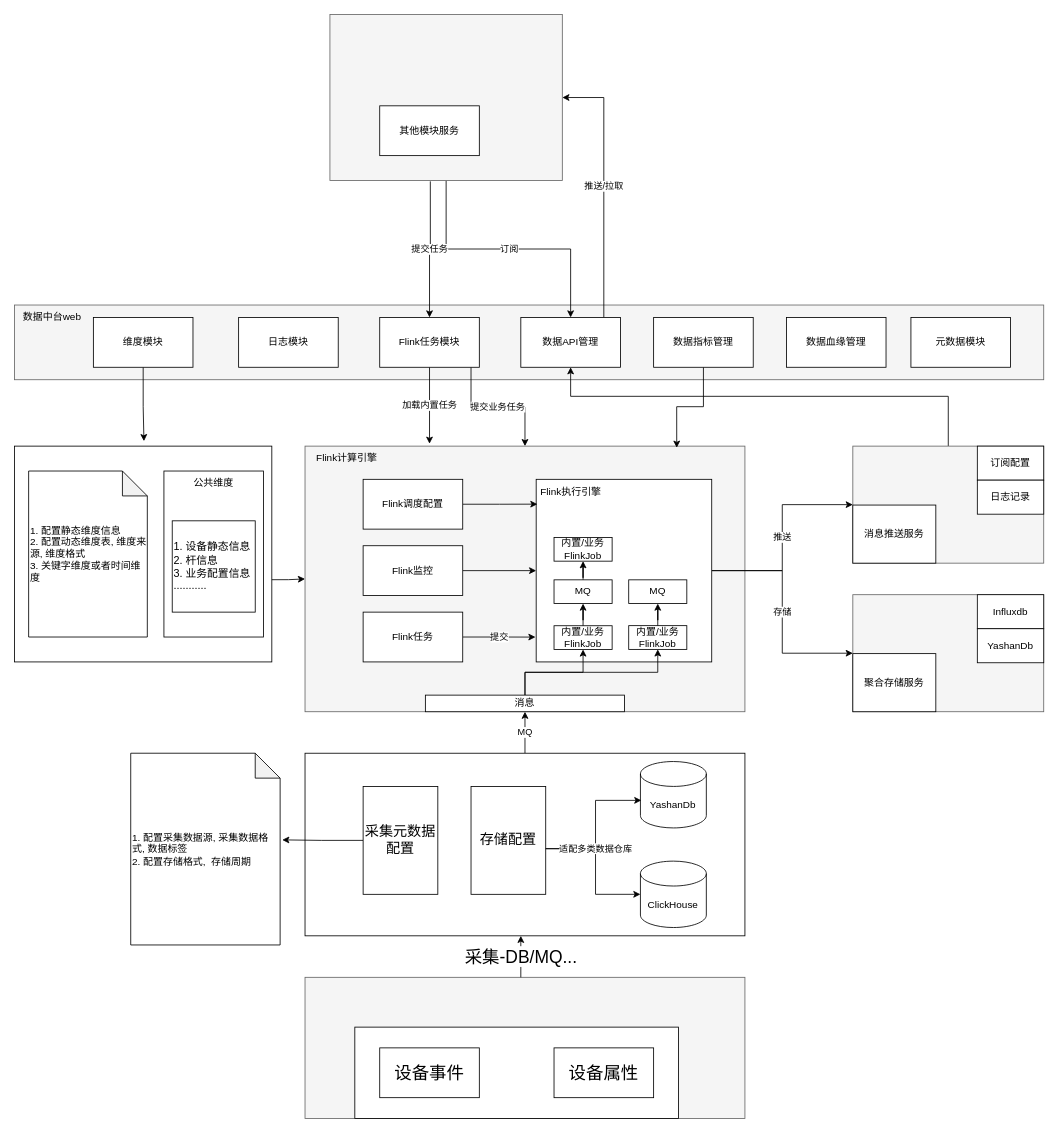
chenqi146/blog keeps this draw.io diagram as page "总体设计" (1 of 2) of docs/java/dataCenter.drawio. Above is the earlier version. Source tidied: cells renumbered, new cells numbered last; positions are measured from the earlier drawing's top-left corner, leaving out a move shared by most shapes. Both pictures are drawn from the tidied source at 83%, with x=0, y=0 at pixel (14, 14).
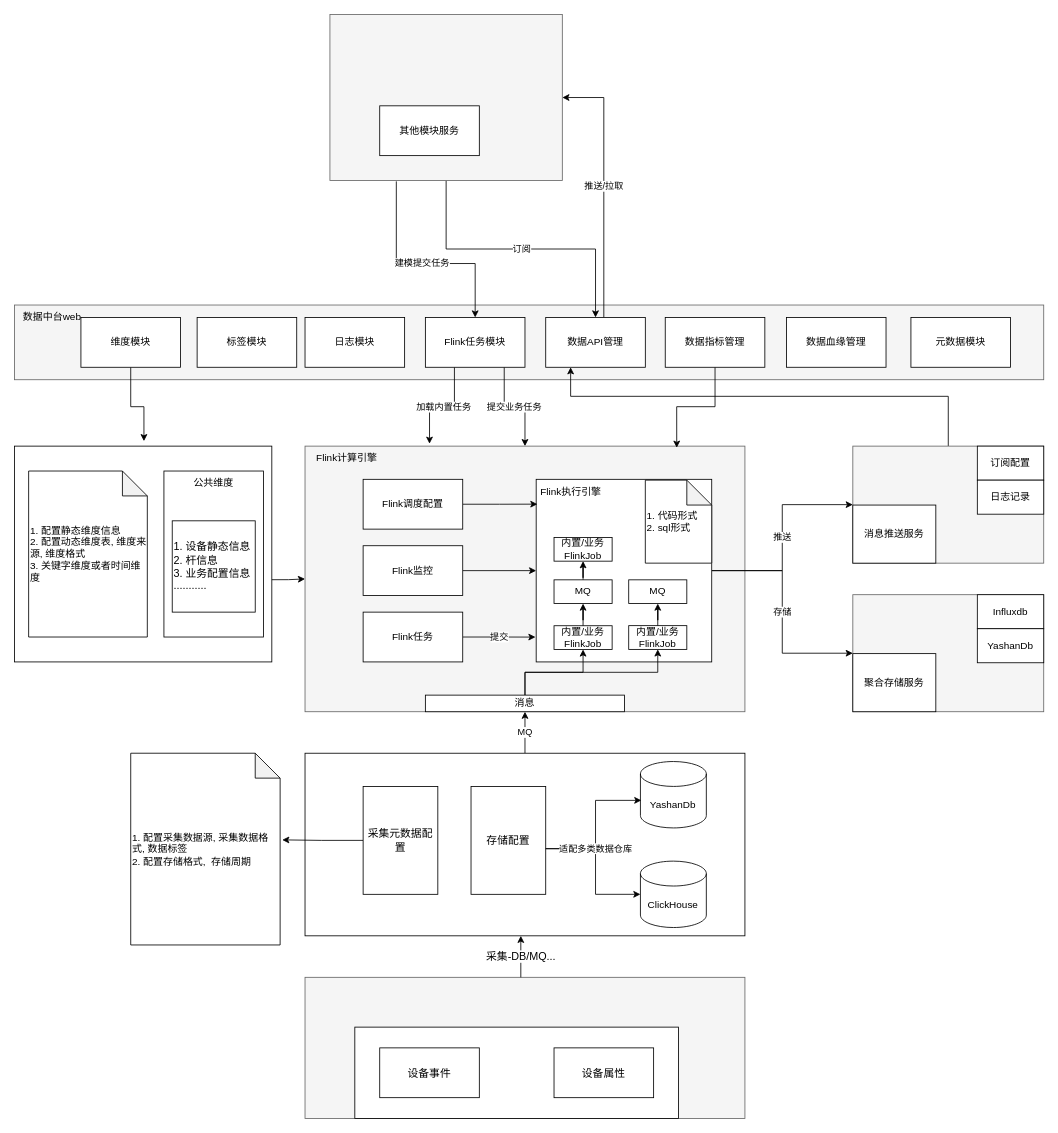
The same page after the edit.

The change refers to these unchanged cells:
```xml
<mxCell id="4" style="rounded=0;whiteSpace=wrap;html=1;fillColor=#f5f5f5;fontColor=#333333;strokeColor=#666666;" parent="1" vertex="1">
  <mxGeometry x="380" width="280" height="200" as="geometry" />
</mxCell>
<mxCell id="8" style="rounded=0;whiteSpace=wrap;html=1;fillColor=#f5f5f5;gradientColor=none;strokeColor=#666666;fontSize=21;" parent="1" vertex="1">
  <mxGeometry x="350" y="520" width="530" height="320" as="geometry" />
</mxCell>
```

Diff of the diagram source:
```diff
@@
-    <mxCell id="12" style="rounded=0;whiteSpace=wrap;html=1;fillColor=#f5f5f5;gradientColor=none;strokeColor=#666666;fontSize=21;" parent="1" vertex="1">
+    <mxCell id="12" style="rounded=0;whiteSpace=wrap;html=1;fillColor=#f5f5f5;gradientColor=none;strokeColor=#666666;fontSize=13;" parent="1" vertex="1">
       <mxGeometry x="350" y="1160" width="530" height="170" as="geometry" />
     </mxCell>
-    <mxCell id="13" value="采集-DB/MQ..." style="edgeStyle=orthogonalEdgeStyle;rounded=0;orthogonalLoop=1;jettySize=auto;html=1;entryX=0.5;entryY=1;entryDx=0;entryDy=0;fontSize=21;" parent="1" edge="1">
+    <mxCell id="13" value="采集-DB/MQ..." style="edgeStyle=orthogonalEdgeStyle;rounded=0;orthogonalLoop=1;jettySize=auto;html=1;entryX=0.5;entryY=1;entryDx=0;entryDy=0;fontSize=13;" parent="1" edge="1">
       <mxGeometry relative="1" as="geometry">
         <mxPoint x="610" y="1160" as="sourcePoint" />
         <mxPoint x="610" y="1110" as="targetPoint" />
       </mxGeometry>
     </mxCell>
-    <mxCell id="14" style="rounded=0;whiteSpace=wrap;html=1;" parent="1" vertex="1">
+    <mxCell id="14" style="rounded=0;whiteSpace=wrap;html=1;fontSize=13;" parent="1" vertex="1">
       <mxGeometry x="410" y="1220" width="390" height="110" as="geometry" />
     </mxCell>
-    <mxCell id="15" value="设备事件" style="rounded=0;whiteSpace=wrap;html=1;fontSize=21;" parent="1" vertex="1">
+    <mxCell id="15" value="设备事件" style="rounded=0;whiteSpace=wrap;html=1;fontSize=13;" parent="1" vertex="1">
       <mxGeometry x="440" y="1245" width="120" height="60" as="geometry" />
     </mxCell>
-    <mxCell id="16" value="设备属性" style="rounded=0;whiteSpace=wrap;html=1;fontSize=21;" parent="1" vertex="1">
+    <mxCell id="16" value="设备属性" style="rounded=0;whiteSpace=wrap;html=1;fontSize=13;" parent="1" vertex="1">
       <mxGeometry x="650" y="1245" width="120" height="60" as="geometry" />
     </mxCell>
@@
-    <mxCell id="22" value="存储配置" style="whiteSpace=wrap;html=1;fontSize=17;rounded=0;" parent="1" vertex="1">
+    <mxCell id="22" value="存储配置" style="whiteSpace=wrap;html=1;fontSize=13;rounded=0;" parent="1" vertex="1">
       <mxGeometry x="550" y="930" width="90" height="130" as="geometry" />
     </mxCell>
@@
-    <mxCell id="28" value="采集元数据配置" style="whiteSpace=wrap;html=1;fontSize=17;rounded=0;" parent="1" vertex="1">
+    <mxCell id="28" value="采集元数据配置" style="whiteSpace=wrap;html=1;fontSize=13;rounded=0;" parent="1" vertex="1">
       <mxGeometry x="420" y="930" width="90" height="130" as="geometry" />
     </mxCell>
@@
     <mxCell id="59" value="加载内置任务" style="edgeStyle=orthogonalEdgeStyle;rounded=0;jettySize=auto;html=1;entryX=0.283;entryY=-0.009;entryDx=0;entryDy=0;entryPerimeter=0;" parent="1" edge="1" source="67" target="8">
-      <mxGeometry relative="1" as="geometry" />
+      <mxGeometry relative="1" as="geometry">
+        <Array as="points">
+          <mxPoint x="530" y="473" />
+          <mxPoint x="500" y="473" />
+        </Array>
+      </mxGeometry>
     </mxCell>
-    <mxCell id="60" value="提交任务" style="edgeStyle=orthogonalEdgeStyle;rounded=0;jettySize=auto;html=1;entryX=0.5;entryY=0;entryDx=0;entryDy=0;exitX=0.432;exitY=1.005;exitDx=0;exitDy=0;exitPerimeter=0;" parent="1" edge="1" source="4" target="67">
-      <mxGeometry relative="1" as="geometry" />
+    <mxCell id="60" value="建模提交任务" style="edgeStyle=orthogonalEdgeStyle;rounded=0;jettySize=auto;html=1;entryX=0.5;entryY=0;entryDx=0;entryDy=0;" parent="1" edge="1" target="67">
+      <mxGeometry relative="1" as="geometry">
+        <mxPoint x="460" y="201" as="sourcePoint" />
+        <Array as="points">
+          <mxPoint x="460" y="300" />
+          <mxPoint x="555" y="300" />
+        </Array>
+      </mxGeometry>
     </mxCell>
@@
     <mxCell id="64" value="维度模块" style="rounded=0;whiteSpace=wrap;html=1;" parent="1" vertex="1">
-      <mxGeometry x="95" y="365" width="120" height="60" as="geometry" />
+      <mxGeometry x="80" y="365" width="120" height="60" as="geometry" />
     </mxCell>
     <mxCell id="65" value="日志模块" style="rounded=0;whiteSpace=wrap;html=1;" parent="1" vertex="1">
-      <mxGeometry x="270" y="365" width="120" height="60" as="geometry" />
+      <mxGeometry x="350" y="365" width="120" height="60" as="geometry" />
     </mxCell>
     <mxCell id="66" value="提交业务任务" style="edgeStyle=orthogonalEdgeStyle;rounded=0;jettySize=auto;html=1;" parent="1" edge="1" source="67" target="8">
       <mxGeometry relative="1" as="geometry">
         <Array as="points">
-          <mxPoint x="550" y="473" />
+          <mxPoint x="590" y="473" />
           <mxPoint x="615" y="473" />
         </Array>
       </mxGeometry>
     </mxCell>
     <mxCell id="67" value="Flink任务模块" style="rounded=0;whiteSpace=wrap;html=1;" parent="1" vertex="1">
-      <mxGeometry x="440" y="365" width="120" height="60" as="geometry" />
+      <mxGeometry x="495" y="365" width="120" height="60" as="geometry" />
     </mxCell>
@@
     <mxCell id="69" value="数据指标管理" style="rounded=0;whiteSpace=wrap;html=1;" parent="1" vertex="1">
-      <mxGeometry x="770" y="365" width="120" height="60" as="geometry" />
+      <mxGeometry x="784" y="365" width="120" height="60" as="geometry" />
     </mxCell>
@@
     <mxCell id="72" value="数据API管理" style="rounded=0;whiteSpace=wrap;html=1;" parent="1" vertex="1">
-      <mxGeometry x="610" y="365" width="120" height="60" as="geometry" />
+      <mxGeometry x="640" y="365" width="120" height="60" as="geometry" />
     </mxCell>
@@
+    <mxCell id="74" value="1. 代码形式&lt;br&gt;2. sql形式" style="shape=note;whiteSpace=wrap;html=1;backgroundOutline=1;darkOpacity=0.05;align=left;" parent="1" vertex="1">
+      <mxGeometry x="760" y="561" width="80" height="100" as="geometry" />
+    </mxCell>
+    <mxCell id="75" value="标签模块" style="rounded=0;whiteSpace=wrap;html=1;" parent="1" vertex="1">
+      <mxGeometry x="220" y="365" width="120" height="60" as="geometry" />
+    </mxCell>
```
